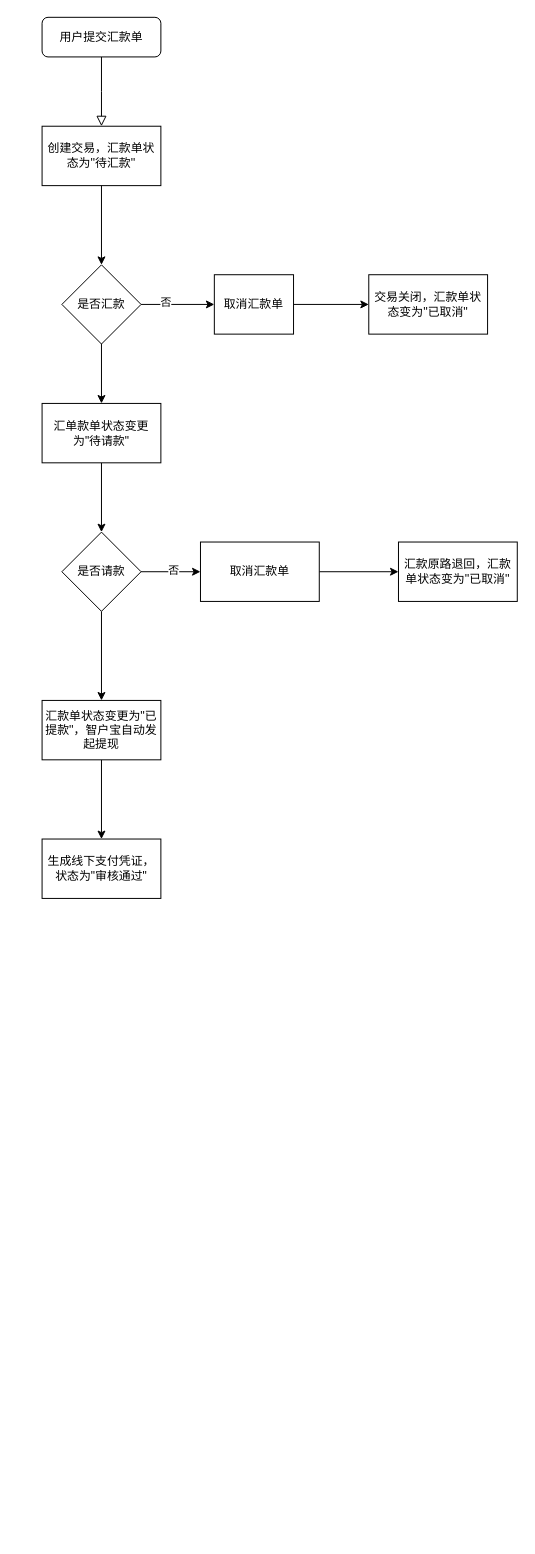
Before: 未命名绘图.drawio in raincookie-hub/spring-unit-testing-with-junit-and-mockito, a draw.io diagram. Source tidied: cells renumbered, new cells numbered last; positions are measured from the earlier drawing's top-left corner, leaving out a move shared by most shapes. Both pictures are drawn from the tidied source at 99%, with x=0, y=0 at pixel (42, 17).
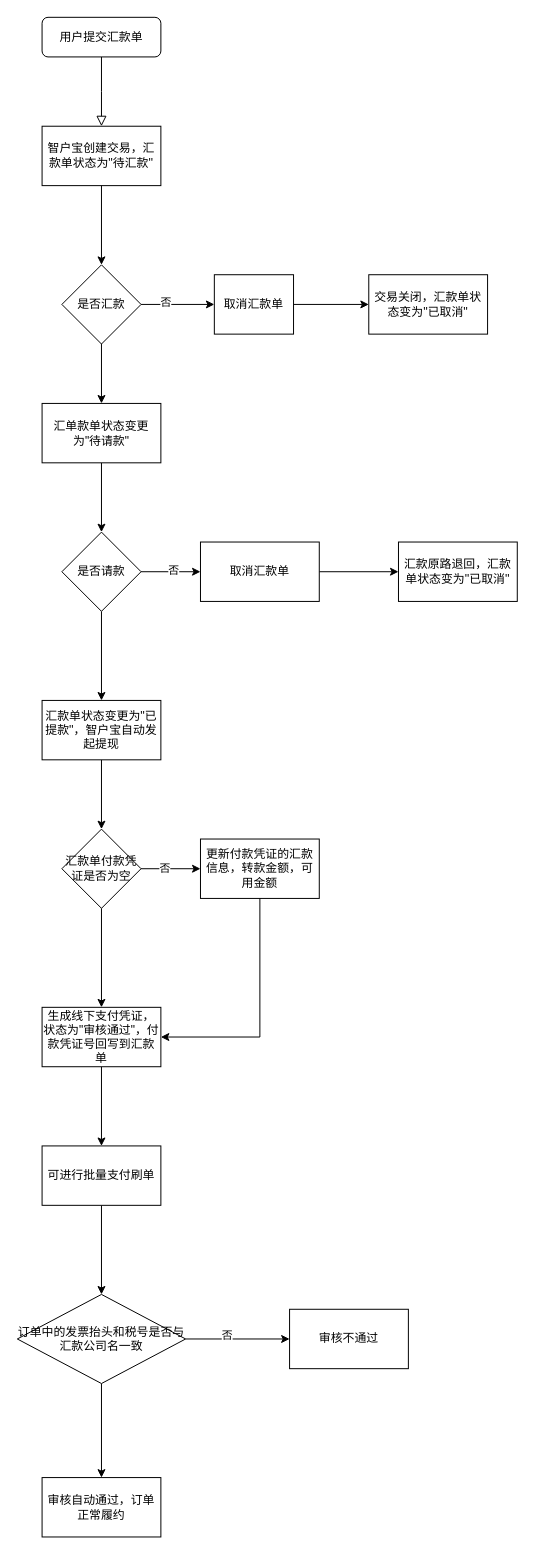
The same diagram, later.

Commit message:
更新未命名绘图.drawio

Unchanged cells that the change refers to:
```xml
<mxCell id="23" value="汇款单状态变更为''已提款''，智户宝自动发起提现" style="whiteSpace=wrap;html=1;rounded=0;" parent="1" vertex="1">
  <mxGeometry y="690" width="120" height="60" as="geometry" />
</mxCell>
```

Change to the diagram source:
```diff
@@
-    <mxCell id="4" value="创建交易，汇款单状态为''待汇款''" style="rounded=0;whiteSpace=wrap;html=1;" parent="1" vertex="1">
+    <mxCell id="4" value="智户宝创建交易，汇款单状态为''待汇款''" style="rounded=0;whiteSpace=wrap;html=1;" parent="1" vertex="1">
       <mxGeometry y="110" width="120" height="60" as="geometry" />
     </mxCell>
@@
-    <mxCell id="22" style="edgeStyle=orthogonalEdgeStyle;rounded=0;jettySize=auto;html=1;" parent="1" edge="1" source="23" target="24">
-      <mxGeometry relative="1" as="geometry" />
-    </mxCell>
+    <mxCell id="25" style="edgeStyle=orthogonalEdgeStyle;rounded=0;jettySize=auto;html=1;" parent="1" edge="1" source="23" target="37">
+      <mxGeometry relative="1" as="geometry" />
+    </mxCell>
@@
+    <mxCell id="26" style="edgeStyle=orthogonalEdgeStyle;rounded=0;jettySize=auto;html=1;" parent="1" edge="1" source="24" target="28">
+      <mxGeometry relative="1" as="geometry" />
+    </mxCell>
-    <mxCell id="24" value="生成线下支付凭证，状态为&quot;审核通过&quot;" style="whiteSpace=wrap;html=1;rounded=0;" parent="1" vertex="1">
-      <mxGeometry y="830" width="120" height="60" as="geometry" />
+    <mxCell id="24" value="生成线下支付凭证，状态为&quot;审核通过&quot;，付款凭证号回写到汇款单" style="whiteSpace=wrap;html=1;rounded=0;" parent="1" vertex="1">
+      <mxGeometry y="1000" width="120" height="60" as="geometry" />
     </mxCell>
+    <mxCell id="27" style="edgeStyle=orthogonalEdgeStyle;rounded=0;jettySize=auto;html=1;" parent="1" edge="1" source="28" target="32">
+      <mxGeometry relative="1" as="geometry" />
+    </mxCell>
+    <mxCell id="28" value="可进行批量支付刷单" style="whiteSpace=wrap;html=1;rounded=0;" parent="1" vertex="1">
+      <mxGeometry y="1140" width="120" height="60" as="geometry" />
+    </mxCell>
+    <mxCell id="29" style="edgeStyle=orthogonalEdgeStyle;rounded=0;jettySize=auto;html=1;" parent="1" edge="1" source="32" target="33">
+      <mxGeometry relative="1" as="geometry" />
+    </mxCell>
+    <mxCell id="30" value="否" style="edgeLabel;html=1;align=center;verticalAlign=middle;" parent="29" vertex="1">
+      <mxGeometry x="-0.21" y="4" relative="1" as="geometry" />
+    </mxCell>
+    <mxCell id="31" style="edgeStyle=orthogonalEdgeStyle;rounded=0;jettySize=auto;html=1;" parent="1" edge="1" source="32" target="34">
+      <mxGeometry relative="1" as="geometry" />
+    </mxCell>
+    <mxCell id="32" value="订单中的发票抬头和税号是否与汇款公司名一致" style="rhombus;whiteSpace=wrap;html=1;rounded=0;" parent="1" vertex="1">
+      <mxGeometry x="-25" y="1290" width="170" height="90" as="geometry" />
+    </mxCell>
+    <mxCell id="33" value="审核不通过" style="whiteSpace=wrap;html=1;rounded=0;" parent="1" vertex="1">
+      <mxGeometry x="250" y="1305" width="120" height="60" as="geometry" />
+    </mxCell>
+    <mxCell id="34" value="审核自动通过，订单正常履约" style="whiteSpace=wrap;html=1;rounded=0;" parent="1" vertex="1">
+      <mxGeometry y="1475" width="120" height="60" as="geometry" />
+    </mxCell>
+    <mxCell id="35" style="edgeStyle=orthogonalEdgeStyle;rounded=0;jettySize=auto;html=1;" parent="1" edge="1" source="37" target="39">
+      <mxGeometry relative="1" as="geometry" />
+    </mxCell>
+    <mxCell id="36" value="否" style="edgeLabel;html=1;align=center;verticalAlign=middle;" parent="35" vertex="1">
+      <mxGeometry x="-0.24" y="1" relative="1" as="geometry" />
+    </mxCell>
+    <mxCell id="37" value="汇款单付款凭证是否为空" style="rhombus;whiteSpace=wrap;html=1;rounded=0;" parent="1" vertex="1">
+      <mxGeometry x="20" y="820" width="80" height="80" as="geometry" />
+    </mxCell>
+    <mxCell id="38" style="endArrow=classic;html=1;rounded=0;exitX=0.5;exitY=1;exitDx=0;exitDy=0;entryX=0.5;entryY=0;entryDx=0;entryDy=0;" parent="1" edge="1" source="37" target="24">
+      <mxGeometry relative="1" as="geometry" />
+    </mxCell>
+    <mxCell id="39" value="更新付款凭证的汇款信息，转款金额，可用金额" style="whiteSpace=wrap;html=1;rounded=0;" parent="1" vertex="1">
+      <mxGeometry x="160" y="830" width="120" height="60" as="geometry" />
+    </mxCell>
+    <mxCell id="40" style="endArrow=none;html=1;rounded=0;entryX=0.5;entryY=1;entryDx=0;entryDy=0;" parent="1" edge="1" target="39">
+      <mxGeometry relative="1" as="geometry">
+        <mxPoint x="220" y="1030" as="sourcePoint" />
+      </mxGeometry>
+    </mxCell>
+    <mxCell id="41" style="endArrow=classic;html=1;rounded=0;entryX=1;entryY=0.5;entryDx=0;entryDy=0;" parent="1" edge="1" target="24">
+      <mxGeometry relative="1" as="geometry">
+        <mxPoint x="220" y="1030" as="sourcePoint" />
+      </mxGeometry>
+    </mxCell>
```
